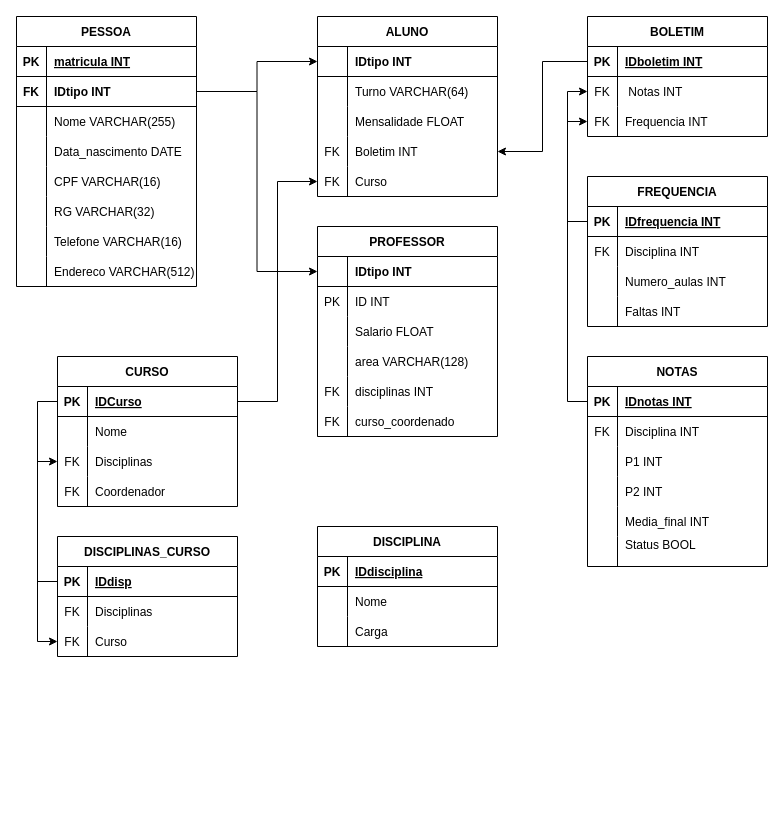
This is diagramas/modelofisico-atividadepresencial.drawio from ana-clara-candida/mdc053, a draw.io file, before an edit. Source tidied: cells renumbered, new cells numbered last; positions are measured from the earlier drawing's top-left corner, leaving out a move shared by most shapes. Both pictures are drawn from the tidied source at 100%, with x=0, y=0 at pixel (16, 16).
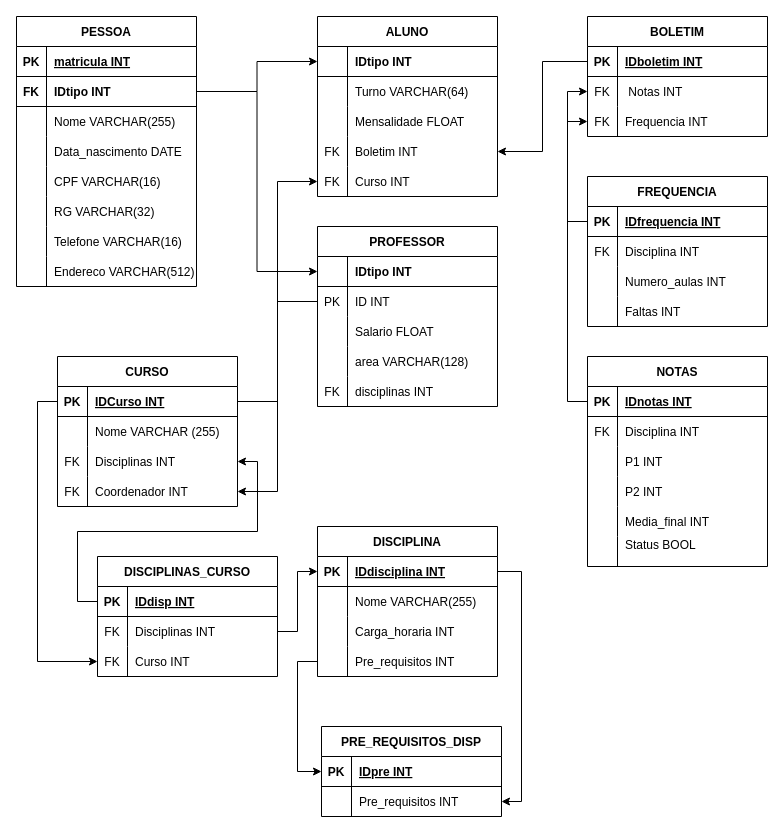
Above is the later version.

Unchanged cells that the change refers to:
```xml
<mxCell id="40" style="shape=tableRow;horizontal=0;startSize=0;swimlaneHead=0;swimlaneBody=0;fillColor=none;points=[[0,0.5],[1,0.5]];portConstraint=eastwest;top=0;left=0;right=0;bottom=0;" parent="27" vertex="1">
  <mxGeometry y="150" width="180" height="30" as="geometry" />
</mxCell>
<mxCell id="47" style="shape=tableRow;horizontal=0;startSize=0;swimlaneHead=0;swimlaneBody=0;fillColor=none;points=[[0,0.5],[1,0.5]];portConstraint=eastwest;top=0;left=0;right=0;bottom=0;" parent="43" vertex="1">
  <mxGeometry y="60" width="180" height="30" as="geometry" />
</mxCell>
<mxCell id="110" style="shape=tableRow;horizontal=0;startSize=0;swimlaneHead=0;swimlaneBody=0;fillColor=none;points=[[0,0.5],[1,0.5]];portConstraint=eastwest;top=0;left=0;right=0;bottom=1;" parent="109" vertex="1">
  <mxGeometry y="30" width="180" height="30" as="geometry" />
</mxCell>
<mxCell id="113" style="shape=tableRow;horizontal=0;startSize=0;swimlaneHead=0;swimlaneBody=0;fillColor=none;top=0;left=0;right=0;bottom=0;" parent="109" vertex="1">
  <mxGeometry y="60" width="180" height="30" as="geometry" />
</mxCell>
<mxCell id="116" style="shape=tableRow;horizontal=0;startSize=0;swimlaneHead=0;swimlaneBody=0;fillColor=none;points=[[0,0.5],[1,0.5]];portConstraint=eastwest;top=0;left=0;right=0;bottom=0;" parent="109" vertex="1">
  <mxGeometry y="90" width="180" height="30" as="geometry" />
</mxCell>
<mxCell id="119" style="shape=tableRow;horizontal=0;startSize=0;swimlaneHead=0;swimlaneBody=0;fillColor=none;points=[[0,0.5],[1,0.5]];portConstraint=eastwest;top=0;left=0;right=0;bottom=0;" parent="109" vertex="1">
  <mxGeometry y="120" width="180" height="30" as="geometry" />
</mxCell>
<mxCell id="124" style="shape=tableRow;horizontal=0;startSize=0;swimlaneHead=0;swimlaneBody=0;fillColor=none;points=[[0,0.5],[1,0.5]];portConstraint=eastwest;top=0;left=0;right=0;bottom=1;" parent="123" vertex="1">
  <mxGeometry y="30" width="180" height="30" as="geometry" />
</mxCell>
<mxCell id="127" style="shape=tableRow;horizontal=0;startSize=0;swimlaneHead=0;swimlaneBody=0;fillColor=none;points=[[0,0.5],[1,0.5]];portConstraint=eastwest;top=0;left=0;right=0;bottom=0;" parent="123" vertex="1">
  <mxGeometry y="60" width="180" height="30" as="geometry" />
</mxCell>
<mxCell id="130" style="shape=tableRow;horizontal=0;startSize=0;swimlaneHead=0;swimlaneBody=0;fillColor=none;points=[[0,0.5],[1,0.5]];portConstraint=eastwest;top=0;left=0;right=0;bottom=0;" parent="123" vertex="1">
  <mxGeometry y="90" width="180" height="30" as="geometry" />
</mxCell>
<mxCell id="136" style="shape=tableRow;horizontal=0;startSize=0;swimlaneHead=0;swimlaneBody=0;fillColor=none;points=[[0,0.5],[1,0.5]];portConstraint=eastwest;top=0;left=0;right=0;bottom=1;" parent="135" vertex="1">
  <mxGeometry y="30" width="180" height="30" as="geometry" />
</mxCell>
<mxCell id="139" style="shape=tableRow;horizontal=0;startSize=0;swimlaneHead=0;swimlaneBody=0;fillColor=none;top=0;left=0;right=0;bottom=0;" parent="135" vertex="1">
  <mxGeometry y="60" width="180" height="30" as="geometry" />
</mxCell>
<mxCell id="142" style="shape=tableRow;horizontal=0;startSize=0;swimlaneHead=0;swimlaneBody=0;fillColor=none;top=0;left=0;right=0;bottom=0;" parent="135" vertex="1">
  <mxGeometry y="90" width="180" height="30" as="geometry" />
</mxCell>
```

Change to the diagram source:
```diff
@@
-    <mxCell id="42" value="Curso" style="shape=partialRectangle;fillColor=none;top=0;left=0;bottom=0;right=0;align=left;spacingLeft=6;overflow=hidden;" parent="40" vertex="1">
+    <mxCell id="42" value="Curso INT" style="shape=partialRectangle;fillColor=none;top=0;left=0;bottom=0;right=0;align=left;spacingLeft=6;overflow=hidden;" parent="40" vertex="1">
       <mxGeometry x="30" width="150" height="30" as="geometry" />
     </mxCell>
     <mxCell id="43" value="PROFESSOR" style="shape=table;startSize=30;childLayout=tableLayout;rowLines=0;fontStyle=1;align=center;" parent="1" vertex="1">
-      <mxGeometry x="301" y="210" width="180" height="210" as="geometry" />
+      <mxGeometry x="301" y="210" width="180" height="180" as="geometry" />
     </mxCell>
@@
-    <mxCell id="59" style="shape=tableRow;horizontal=0;startSize=0;swimlaneHead=0;swimlaneBody=0;fillColor=none;top=0;left=0;right=0;bottom=0;" parent="43" vertex="1">
-      <mxGeometry y="180" width="180" height="30" as="geometry" />
-    </mxCell>
-    <mxCell id="60" value="FK" style="shape=partialRectangle;fillColor=none;top=0;left=0;bottom=0;right=0;overflow=hidden;" parent="59" vertex="1">
-      <mxGeometry width="30" height="30" as="geometry" />
-    </mxCell>
-    <mxCell id="61" value="curso_coordenado" style="shape=partialRectangle;fillColor=none;top=0;left=0;bottom=0;right=0;align=left;spacingLeft=6;overflow=hidden;" parent="59" vertex="1">
-      <mxGeometry x="30" width="150" height="30" as="geometry" />
-    </mxCell>
@@
-    <mxCell id="112" value="IDCurso" style="shape=partialRectangle;fillColor=none;top=0;left=0;bottom=0;right=0;align=left;spacingLeft=6;fontStyle=5;overflow=hidden;" parent="110" vertex="1">
+    <mxCell id="112" value="IDCurso INT" style="shape=partialRectangle;fillColor=none;top=0;left=0;bottom=0;right=0;align=left;spacingLeft=6;fontStyle=5;overflow=hidden;" parent="110" vertex="1">
       <mxGeometry x="30" width="150" height="30" as="geometry" />
     </mxCell>
@@
-    <mxCell id="115" value="Nome" style="shape=partialRectangle;fillColor=none;top=0;left=0;bottom=0;right=0;align=left;spacingLeft=6;overflow=hidden;" parent="113" vertex="1">
+    <mxCell id="115" value="Nome VARCHAR (255)" style="shape=partialRectangle;fillColor=none;top=0;left=0;bottom=0;right=0;align=left;spacingLeft=6;overflow=hidden;" parent="113" vertex="1">
       <mxGeometry x="30" width="150" height="30" as="geometry" />
     </mxCell>
@@
-    <mxCell id="118" value="Disciplinas" style="shape=partialRectangle;fillColor=none;top=0;left=0;bottom=0;right=0;align=left;spacingLeft=6;overflow=hidden;" parent="116" vertex="1">
+    <mxCell id="118" value="Disciplinas INT" style="shape=partialRectangle;fillColor=none;top=0;left=0;bottom=0;right=0;align=left;spacingLeft=6;overflow=hidden;" parent="116" vertex="1">
       <mxGeometry x="30" width="150" height="30" as="geometry" />
     </mxCell>
@@
-    <mxCell id="121" value="Coordenador" style="shape=partialRectangle;fillColor=none;top=0;left=0;bottom=0;right=0;align=left;spacingLeft=6;overflow=hidden;" parent="119" vertex="1">
+    <mxCell id="121" value="Coordenador INT" style="shape=partialRectangle;fillColor=none;top=0;left=0;bottom=0;right=0;align=left;spacingLeft=6;overflow=hidden;" parent="119" vertex="1">
       <mxGeometry x="30" width="150" height="30" as="geometry" />
     </mxCell>
@@
     <mxCell id="123" value="DISCIPLINAS_CURSO" style="shape=table;startSize=30;childLayout=tableLayout;rowLines=0;fontStyle=1;align=center;" parent="1" vertex="1">
-      <mxGeometry x="41" y="520" width="180" height="120" as="geometry" />
+      <mxGeometry x="81" y="540" width="180" height="120" as="geometry" />
     </mxCell>
@@
-    <mxCell id="126" value="IDdisp" style="shape=partialRectangle;fillColor=none;top=0;left=0;bottom=0;right=0;align=left;spacingLeft=6;fontStyle=5;overflow=hidden;" parent="124" vertex="1">
+    <mxCell id="126" value="IDdisp INT" style="shape=partialRectangle;fillColor=none;top=0;left=0;bottom=0;right=0;align=left;spacingLeft=6;fontStyle=5;overflow=hidden;" parent="124" vertex="1">
       <mxGeometry x="30" width="150" height="30" as="geometry" />
     </mxCell>
@@
-    <mxCell id="129" value="Disciplinas" style="shape=partialRectangle;fillColor=none;top=0;left=0;bottom=0;right=0;align=left;spacingLeft=6;overflow=hidden;" parent="127" vertex="1">
+    <mxCell id="129" value="Disciplinas INT" style="shape=partialRectangle;fillColor=none;top=0;left=0;bottom=0;right=0;align=left;spacingLeft=6;overflow=hidden;" parent="127" vertex="1">
       <mxGeometry x="30" width="150" height="30" as="geometry" />
     </mxCell>
@@
-    <mxCell id="132" value="Curso" style="shape=partialRectangle;fillColor=none;top=0;left=0;bottom=0;right=0;align=left;spacingLeft=6;overflow=hidden;" parent="130" vertex="1">
+    <mxCell id="132" value="Curso INT" style="shape=partialRectangle;fillColor=none;top=0;left=0;bottom=0;right=0;align=left;spacingLeft=6;overflow=hidden;" parent="130" vertex="1">
       <mxGeometry x="30" width="150" height="30" as="geometry" />
     </mxCell>
@@
     <mxCell id="135" value="DISCIPLINA" style="shape=table;startSize=30;childLayout=tableLayout;rowLines=0;fontStyle=1;align=center;" parent="1" vertex="1">
-      <mxGeometry x="301" y="510" width="180" height="120" as="geometry" />
+      <mxGeometry x="301" y="510" width="180" height="150" as="geometry" />
     </mxCell>
@@
-    <mxCell id="138" value="IDdisciplina" style="shape=partialRectangle;fillColor=none;top=0;left=0;bottom=0;right=0;align=left;spacingLeft=6;fontStyle=5;overflow=hidden;" parent="136" vertex="1">
+    <mxCell id="138" value="IDdisciplina INT" style="shape=partialRectangle;fillColor=none;top=0;left=0;bottom=0;right=0;align=left;spacingLeft=6;fontStyle=5;overflow=hidden;" parent="136" vertex="1">
       <mxGeometry x="30" width="150" height="30" as="geometry" />
     </mxCell>
@@
-    <mxCell id="141" value="Nome" style="shape=partialRectangle;fillColor=none;top=0;left=0;bottom=0;right=0;align=left;spacingLeft=6;overflow=hidden;" parent="139" vertex="1">
+    <mxCell id="141" value="Nome VARCHAR(255)" style="shape=partialRectangle;fillColor=none;top=0;left=0;bottom=0;right=0;align=left;spacingLeft=6;overflow=hidden;" parent="139" vertex="1">
       <mxGeometry x="30" width="150" height="30" as="geometry" />
     </mxCell>
@@
-    <mxCell id="144" value="Carga" style="shape=partialRectangle;fillColor=none;top=0;left=0;bottom=0;right=0;align=left;spacingLeft=6;overflow=hidden;" parent="142" vertex="1">
+    <mxCell id="144" value="Carga_horaria INT" style="shape=partialRectangle;fillColor=none;top=0;left=0;bottom=0;right=0;align=left;spacingLeft=6;overflow=hidden;" parent="142" vertex="1">
       <mxGeometry x="30" width="150" height="30" as="geometry" />
     </mxCell>
+    <mxCell id="145" style="shape=tableRow;horizontal=0;startSize=0;swimlaneHead=0;swimlaneBody=0;fillColor=none;points=[[0,0.5],[1,0.5]];portConstraint=eastwest;top=0;left=0;right=0;bottom=0;" parent="135" vertex="1">
+      <mxGeometry y="120" width="180" height="30" as="geometry" />
+    </mxCell>
+    <mxCell id="146" style="shape=partialRectangle;fillColor=none;top=0;left=0;bottom=0;right=0;overflow=hidden;" parent="145" vertex="1">
+      <mxGeometry width="30" height="30" as="geometry" />
+    </mxCell>
+    <mxCell id="147" value="Pre_requisitos INT" style="shape=partialRectangle;fillColor=none;top=0;left=0;bottom=0;right=0;align=left;spacingLeft=6;overflow=hidden;" parent="145" vertex="1">
+      <mxGeometry x="30" width="150" height="30" as="geometry" />
+    </mxCell>
+    <mxCell id="148" style="edgeStyle=orthogonalEdgeStyle;rounded=0;jettySize=auto;html=1;entryX=0;entryY=0.5;entryDx=0;entryDy=0;startArrow=classic;startFill=1;endArrow=none;endFill=0;" parent="1" edge="1" source="119" target="47">
+      <mxGeometry relative="1" as="geometry" />
+    </mxCell>
+    <mxCell id="149" style="edgeStyle=orthogonalEdgeStyle;rounded=0;jettySize=auto;html=1;entryX=1;entryY=0.5;entryDx=0;entryDy=0;startArrow=classic;startFill=1;endArrow=none;endFill=0;" parent="1" edge="1" source="136" target="127">
+      <mxGeometry relative="1" as="geometry" />
+    </mxCell>
+    <mxCell id="150" value="PRE_REQUISITOS_DISP" style="shape=table;startSize=30;childLayout=tableLayout;rowLines=0;fontStyle=1;align=center;" parent="1" vertex="1">
+      <mxGeometry x="305" y="710" width="180" height="90" as="geometry" />
+    </mxCell>
+    <mxCell id="151" style="shape=tableRow;horizontal=0;startSize=0;swimlaneHead=0;swimlaneBody=0;fillColor=none;points=[[0,0.5],[1,0.5]];portConstraint=eastwest;top=0;left=0;right=0;bottom=1;" parent="150" vertex="1">
+      <mxGeometry y="30" width="180" height="30" as="geometry" />
+    </mxCell>
+    <mxCell id="152" value="PK" style="shape=partialRectangle;fillColor=none;top=0;left=0;bottom=0;right=0;fontStyle=1;overflow=hidden;" parent="151" vertex="1">
+      <mxGeometry width="30" height="30" as="geometry" />
+    </mxCell>
+    <mxCell id="153" value="IDpre INT" style="shape=partialRectangle;fillColor=none;top=0;left=0;bottom=0;right=0;align=left;spacingLeft=6;fontStyle=5;overflow=hidden;" parent="151" vertex="1">
+      <mxGeometry x="30" width="150" height="30" as="geometry" />
+    </mxCell>
+    <mxCell id="154" style="shape=tableRow;horizontal=0;startSize=0;swimlaneHead=0;swimlaneBody=0;fillColor=none;points=[[0,0.5],[1,0.5]];portConstraint=eastwest;top=0;left=0;right=0;bottom=0;" parent="150" vertex="1">
+      <mxGeometry y="60" width="180" height="30" as="geometry" />
+    </mxCell>
+    <mxCell id="155" style="shape=partialRectangle;fillColor=none;top=0;left=0;bottom=0;right=0;overflow=hidden;" parent="154" vertex="1">
+      <mxGeometry width="30" height="30" as="geometry" />
+    </mxCell>
+    <mxCell id="156" value="Pre_requisitos INT" style="shape=partialRectangle;fillColor=none;top=0;left=0;bottom=0;right=0;align=left;spacingLeft=6;overflow=hidden;" parent="154" vertex="1">
+      <mxGeometry x="30" width="150" height="30" as="geometry" />
+    </mxCell>
+    <mxCell id="157" style="edgeStyle=orthogonalEdgeStyle;rounded=0;jettySize=auto;html=1;startArrow=classic;startFill=1;endArrow=none;endFill=0;entryX=1;entryY=0.5;entryDx=0;entryDy=0;exitX=1;exitY=0.5;exitDx=0;exitDy=0;" parent="1" edge="1" source="154" target="136">
+      <mxGeometry relative="1" as="geometry" />
+    </mxCell>
+    <mxCell id="158" style="edgeStyle=orthogonalEdgeStyle;rounded=0;jettySize=auto;html=1;startArrow=classic;startFill=1;endArrow=none;endFill=0;entryX=0;entryY=0.5;entryDx=0;entryDy=0;exitX=0;exitY=0.5;exitDx=0;exitDy=0;" parent="1" edge="1" source="151" target="145">
+      <mxGeometry relative="1" as="geometry" />
+    </mxCell>
```
